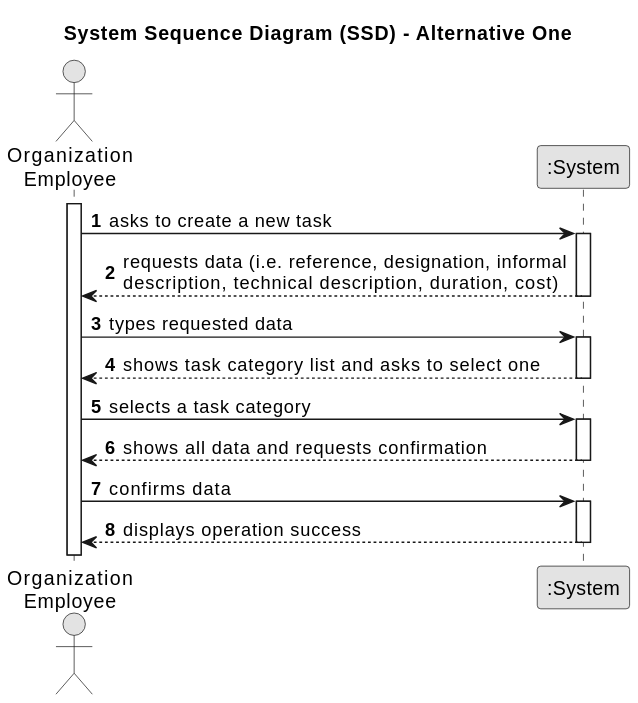
tiagosoa/lei-24-s2-1dgh-g073 keeps this PlantUML diagram as docs/sprintA/us006/01.requirements-engineering/svg/us006-system-sequence-diagram-alternative-one.svg. Above is the earlier version. Its diagram source:
```plantuml
@startuml
skinparam monochrome true
skinparam packageStyle rectangle
skinparam shadowing false

title System Sequence Diagram (SSD) - Alternative One

autonumber

actor "Organization\nEmployee" as Employee
participant ":System" as System

activate Employee

    Employee -> System : asks to create a new task
    activate System

        System --> Employee : requests data (i.e. reference, designation, informal\ndescription, technical description, duration, cost)
    deactivate System

    Employee -> System : types requested data
    activate System

        System --> Employee : shows task category list and asks to select one
    deactivate System

    Employee -> System : selects a task category
    activate System

        System --> Employee : shows all data and requests confirmation
    deactivate System

    Employee -> System : confirms data
    activate System

        System --> Employee : displays operation success
    deactivate System
@enduml
```
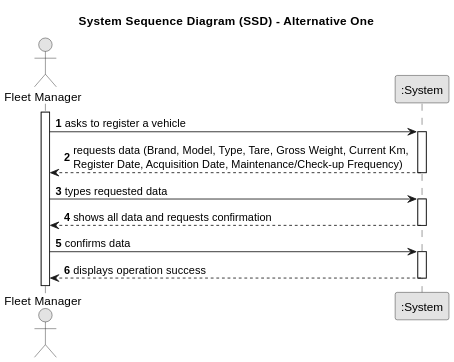
After the commit.

Change to the diagram source:
```diff
@@ -7,24 +7,18 @@
 
 autonumber
 
-actor "Organization\nEmployee" as Employee
+actor "Fleet Manager" as Employee
 participant ":System" as System
 
 activate Employee
 
-    Employee -> System : asks to create a new task
+    Employee -> System : asks to register a vehicle
     activate System
 
-        System --> Employee : requests data (i.e. reference, designation, informal\ndescription, technical description, duration, cost)
+        System --> Employee : requests data (Brand, Model, Type, Tare, Gross Weight, Current Km, \nRegister Date, Acquisition Date, Maintenance/Check-up Frequency)
     deactivate System
 
     Employee -> System : types requested data
-    activate System
-
-        System --> Employee : shows task category list and asks to select one
-    deactivate System
-
-    Employee -> System : selects a task category
     activate System
 
         System --> Employee : shows all data and requests confirmation
```
